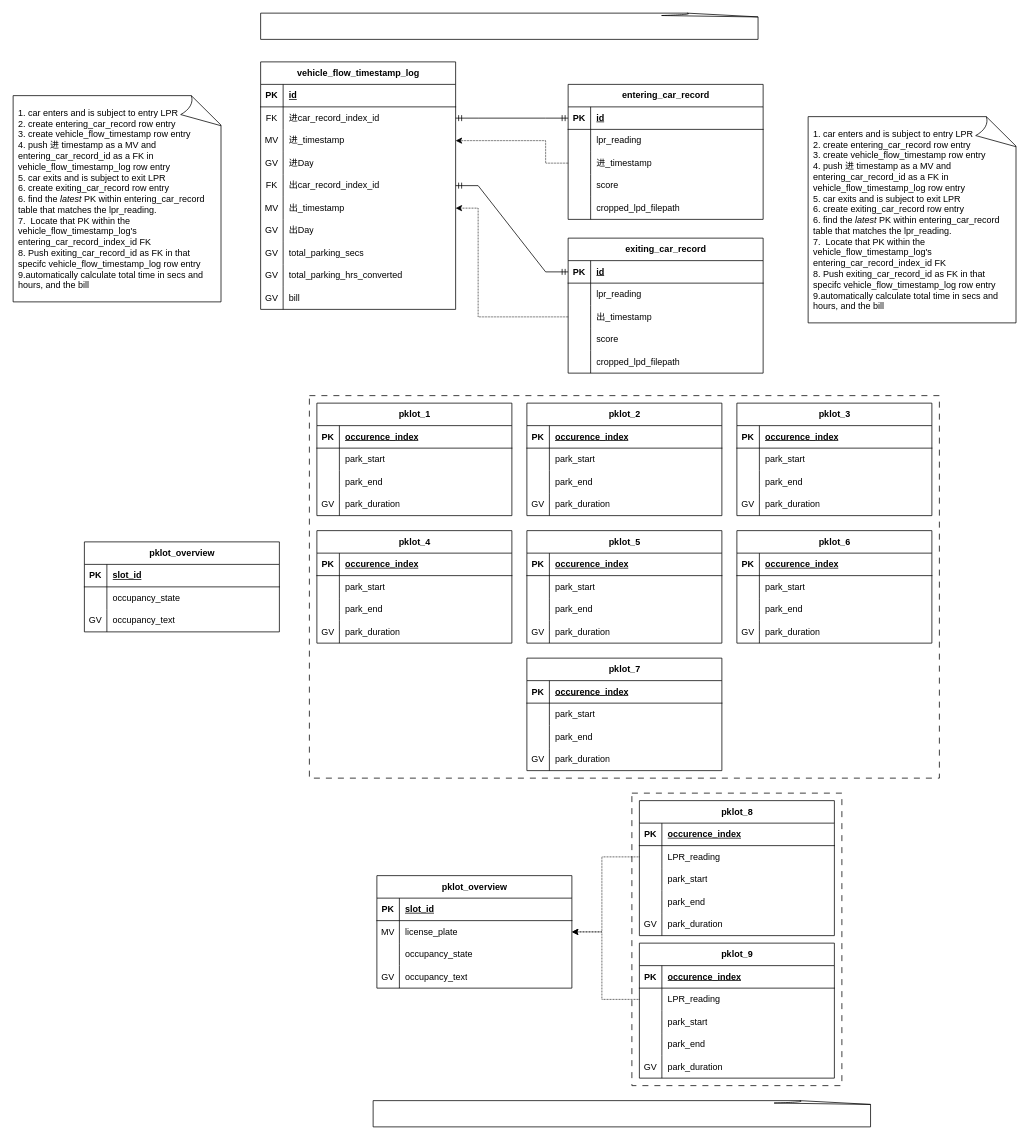
Before: UECP_sql_schema_draft.drawio in j-coching/Parking-Management-BIM-Expt, a draw.io diagram. Source tidied: cells renumbered, new cells numbered last; positions are measured from the earlier drawing's top-left corner, leaving out a move shared by most shapes. Both pictures are drawn from the tidied source at 75%, with x=0, y=0 at pixel (13, 13).
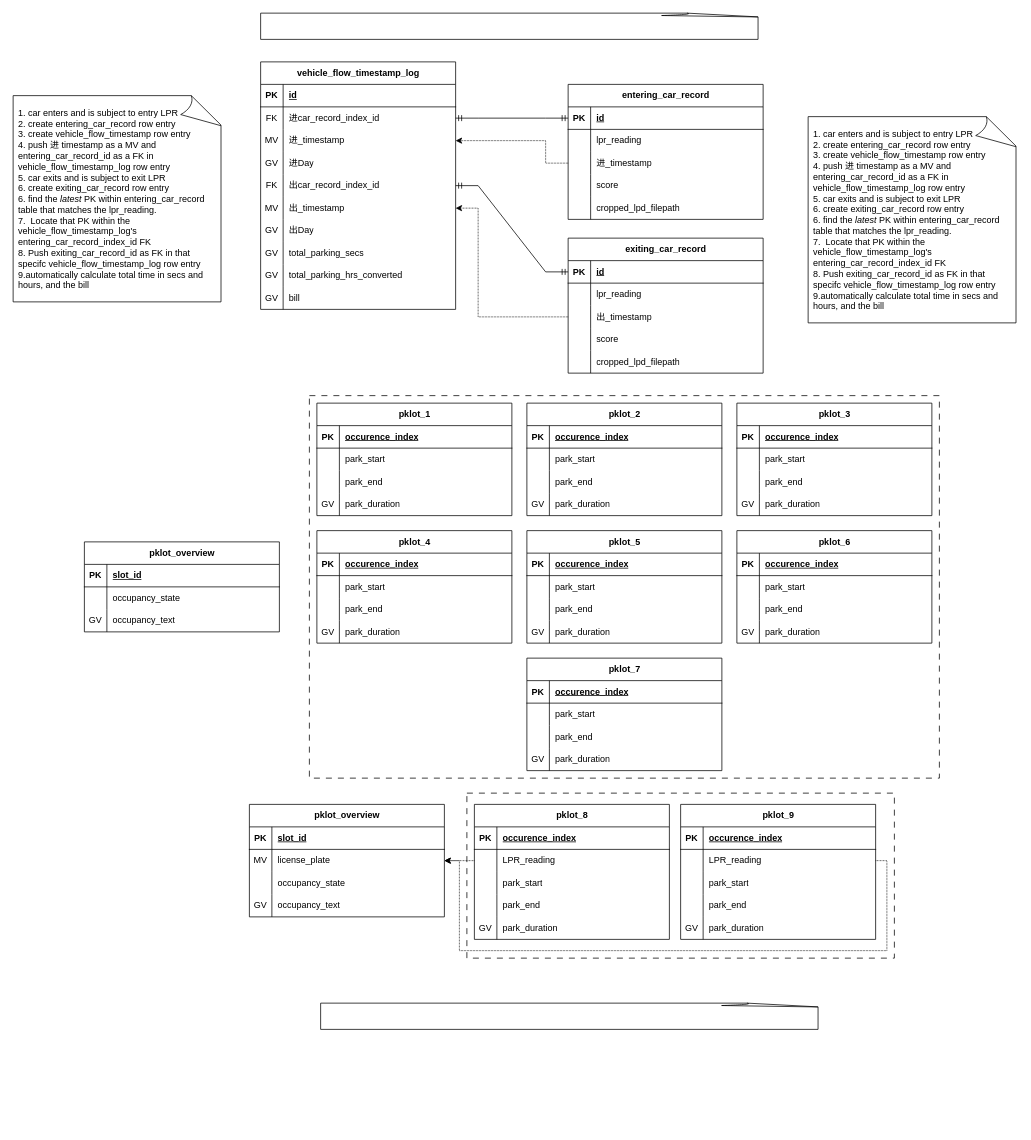
The same diagram, later.

Unchanged cells that the change refers to:
```xml
<mxCell id="179" style="shape=tableRow;horizontal=0;startSize=0;swimlaneHead=0;swimlaneBody=0;fillColor=none;points=[[0,0.5],[1,0.5]];portConstraint=eastwest;top=0;left=0;right=0;bottom=0;" parent="175" vertex="1">
  <mxGeometry y="60" width="260" height="30" as="geometry" />
</mxCell>
<mxCell id="192" style="shape=tableRow;horizontal=0;startSize=0;swimlaneHead=0;swimlaneBody=0;fillColor=none;points=[[0,0.5],[1,0.5]];portConstraint=eastwest;top=0;left=0;right=0;bottom=0;" parent="188" vertex="1">
  <mxGeometry y="60" width="260" height="30" as="geometry" />
</mxCell>
<mxCell id="208" style="shape=tableRow;horizontal=0;startSize=0;swimlaneHead=0;swimlaneBody=0;fillColor=none;points=[[0,0.5],[1,0.5]];portConstraint=eastwest;top=0;left=0;right=0;bottom=0;" parent="204" vertex="1">
  <mxGeometry y="60" width="260" height="30" as="geometry" />
</mxCell>
```

The edit, as a diff of the source:
```diff
@@
     <mxCell id="71" style="whiteSpace=wrap;html=1;shape=mxgraph.basic.document;align=left;spacingLeft=5;spacingRight=5;spacingTop=2;spacingBottom=2;" parent="1" vertex="1">
-      <mxGeometry x="480" y="1450" width="670" height="35" as="geometry" />
+      <mxGeometry x="410" y="1320" width="670" height="35" as="geometry" />
     </mxCell>
@@
     <mxCell id="175" value="pklot_overview" style="shape=table;startSize=30;childLayout=tableLayout;rowLines=0;fontStyle=1;align=center;html=1;" parent="1" vertex="1">
-      <mxGeometry x="485" y="1150" width="260" height="150" as="geometry" />
+      <mxGeometry x="315" y="1055" width="260" height="150" as="geometry" />
     </mxCell>
@@
     <mxCell id="188" value="pklot_8" style="shape=table;startSize=30;childLayout=tableLayout;rowLines=0;fontStyle=1;align=center;html=1;" parent="1" vertex="1">
-      <mxGeometry x="835" y="1050" width="260" height="180" as="geometry" />
+      <mxGeometry x="615" y="1055" width="260" height="180" as="geometry" />
     </mxCell>
@@
     <mxCell id="204" value="pklot_9" style="shape=table;startSize=30;childLayout=tableLayout;rowLines=0;fontStyle=1;align=center;html=1;" parent="1" vertex="1">
-      <mxGeometry x="835" y="1240" width="260" height="180" as="geometry" />
+      <mxGeometry x="890" y="1055" width="260" height="180" as="geometry" />
     </mxCell>
@@
-    <mxCell id="220" style="edgeStyle=orthogonalEdgeStyle;rounded=0;jettySize=auto;html=1;dashed=1;dashPattern=1 1;entryX=1;entryY=0.5;entryDx=0;entryDy=0;exitX=0;exitY=0.5;exitDx=0;exitDy=0;" parent="1" edge="1" source="208" target="179">
+    <mxCell id="220" style="edgeStyle=orthogonalEdgeStyle;rounded=0;jettySize=auto;html=1;dashed=1;dashPattern=1 1;entryX=1;entryY=0.5;entryDx=0;entryDy=0;exitX=1;exitY=0.5;exitDx=0;exitDy=0;" parent="1" edge="1" source="208" target="179">
       <mxGeometry relative="1" as="geometry">
         <Array as="points">
-          <mxPoint x="785" y="1315" />
-          <mxPoint x="785" y="1225" />
+          <mxPoint x="1165" y="1130" />
+          <mxPoint x="1165" y="1250" />
+          <mxPoint x="595" y="1250" />
+          <mxPoint x="595" y="1130" />
         </Array>
       </mxGeometry>
     </mxCell>
     <mxCell id="221" style="edgeStyle=orthogonalEdgeStyle;rounded=0;jettySize=auto;html=1;dashed=1;dashPattern=1 1;entryX=1;entryY=0.5;entryDx=0;entryDy=0;exitX=0;exitY=0.5;exitDx=0;exitDy=0;" parent="1" edge="1" source="192" target="179">
       <mxGeometry relative="1" as="geometry">
         <Array as="points">
-          <mxPoint x="785" y="1125" />
-          <mxPoint x="785" y="1225" />
+          <mxPoint x="585" y="1130" />
+          <mxPoint x="585" y="1130" />
         </Array>
       </mxGeometry>
     </mxCell>
     <mxCell id="222" style="rounded=0;whiteSpace=wrap;html=1;fillColor=none;dashed=1;dashPattern=8 8;" parent="1" vertex="1">
-      <mxGeometry x="825" y="1040" width="280" height="390" as="geometry" />
+      <mxGeometry x="605" y="1040" width="570" height="220" as="geometry" />
     </mxCell>
```
